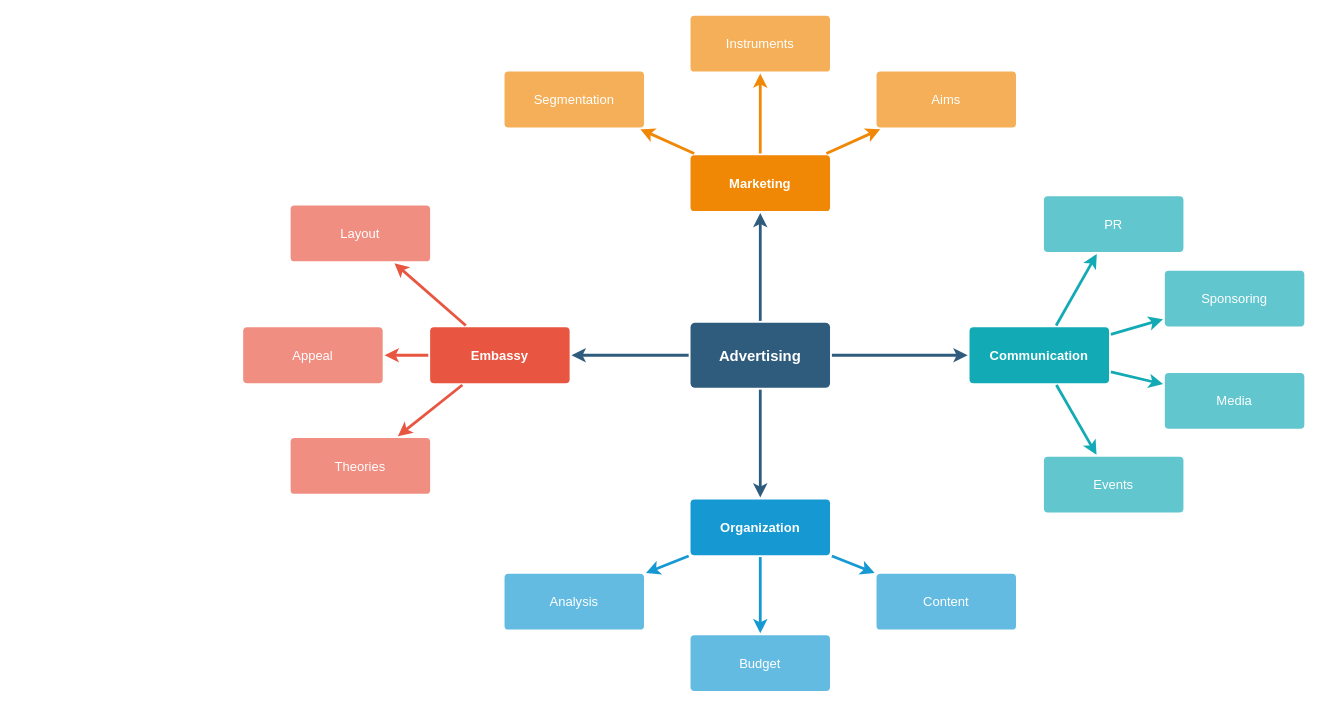
Above: Untitled Diagram.drawio in NaufalKusumo/Unreal-Engine (draw.io), before the change. Source tidied: cells renumbered, new cells numbered last; positions are measured from the earlier drawing's top-left corner, leaving out a move shared by most shapes. Both pictures are drawn from the tidied source at 93%, with x=0, y=0 at pixel (243, 15).
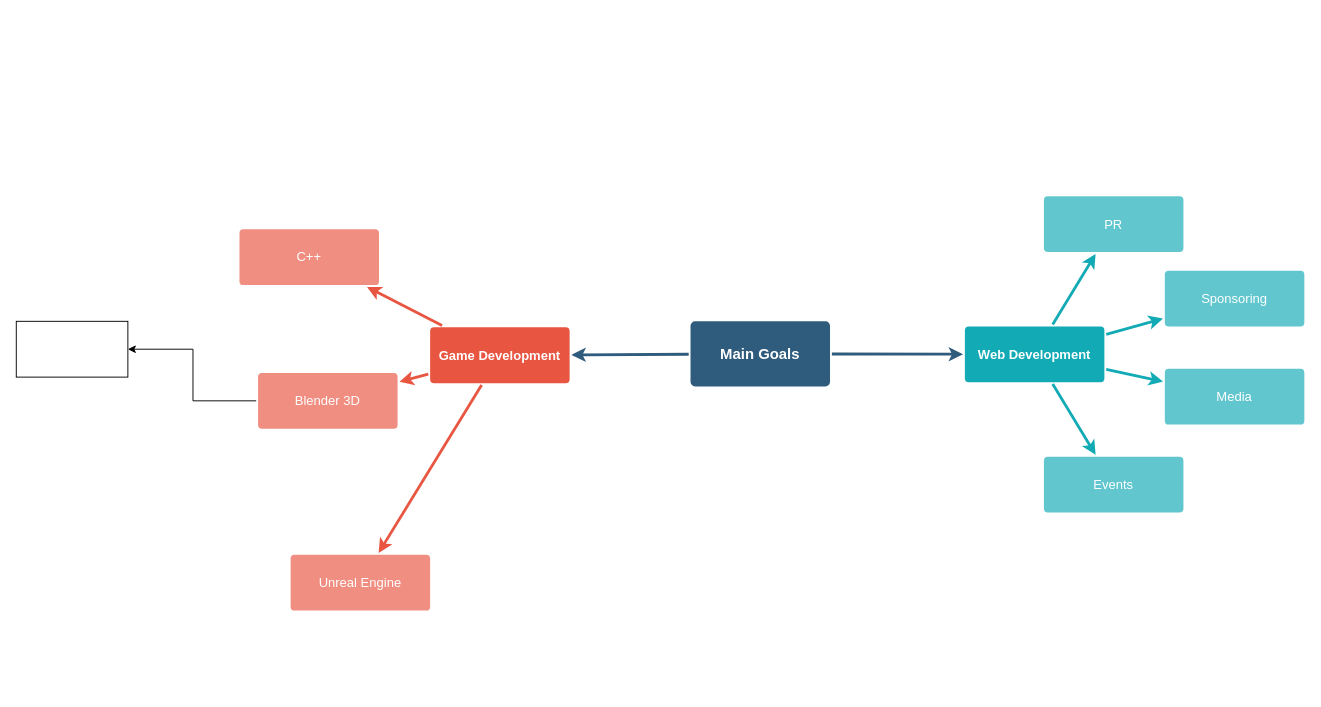
The same diagram, later.

Diff of the diagram source:
```diff
@@
-    <mxCell id="2" style="edgeStyle=none;rounded=0;jumpStyle=none;html=1;shadow=0;labelBackgroundColor=none;startArrow=none;startFill=0;endArrow=classic;endFill=1;jettySize=auto;strokeColor=#2F5B7C;strokeWidth=3;fontFamily=Helvetica;fontSize=16;fontColor=#23445D;spacing=5;" parent="1" edge="1" source="6" target="21">
-      <mxGeometry relative="1" as="geometry" />
-    </mxCell>
@@
-    <mxCell id="4" style="edgeStyle=none;rounded=0;jumpStyle=none;html=1;shadow=0;labelBackgroundColor=none;startArrow=none;startFill=0;endArrow=classic;endFill=1;jettySize=auto;strokeColor=#2F5B7C;strokeWidth=3;fontFamily=Helvetica;fontSize=16;fontColor=#23445D;spacing=5;" parent="1" edge="1" source="6" target="17">
-      <mxGeometry relative="1" as="geometry" />
-    </mxCell>
@@
-    <mxCell id="6" value="Advertising" style="rounded=1;whiteSpace=wrap;html=1;shadow=0;labelBackgroundColor=none;strokeColor=none;strokeWidth=3;fillColor=#2F5B7C;fontFamily=Helvetica;fontSize=16;fontColor=#FFFFFF;align=center;fontStyle=1;spacing=5;arcSize=7;perimeterSpacing=2;" parent="1" vertex="1">
-      <mxGeometry x="481" y="330.5" width="150" height="70" as="geometry" />
+    <mxCell id="6" value="Main Goals" style="rounded=1;whiteSpace=wrap;html=1;shadow=0;labelBackgroundColor=none;strokeColor=none;strokeWidth=3;fillColor=#2F5B7C;fontFamily=Helvetica;fontSize=16;fontColor=#FFFFFF;align=center;fontStyle=1;spacing=5;arcSize=7;perimeterSpacing=2;" parent="1" vertex="1">
+      <mxGeometry x="481" y="329" width="150" height="70" as="geometry" />
     </mxCell>
@@
-    <mxCell id="10" value="Embassy" style="rounded=1;whiteSpace=wrap;html=1;shadow=0;labelBackgroundColor=none;strokeColor=none;strokeWidth=3;fillColor=#e85642;fontFamily=Helvetica;fontSize=14;fontColor=#FFFFFF;align=center;spacing=5;fontStyle=1;arcSize=7;perimeterSpacing=2;" parent="1" vertex="1">
+    <mxCell id="10" value="Game Development" style="rounded=1;whiteSpace=wrap;html=1;shadow=0;labelBackgroundColor=none;strokeColor=none;strokeWidth=3;fillColor=#e85642;fontFamily=Helvetica;fontSize=14;fontColor=#FFFFFF;align=center;spacing=5;fontStyle=1;arcSize=7;perimeterSpacing=2;" parent="1" vertex="1">
       <mxGeometry x="201" y="335.5" width="150" height="60" as="geometry" />
     </mxCell>
-    <mxCell id="11" value="Theories" style="rounded=1;whiteSpace=wrap;html=1;shadow=0;labelBackgroundColor=none;strokeColor=none;strokeWidth=3;fillColor=#f08e81;fontFamily=Helvetica;fontSize=14;fontColor=#FFFFFF;align=center;spacing=5;fontStyle=0;arcSize=7;perimeterSpacing=2;" parent="1" vertex="1">
-      <mxGeometry x="51" y="454.5" width="150" height="60" as="geometry" />
+    <mxCell id="11" value="Unreal Engine" style="rounded=1;whiteSpace=wrap;html=1;shadow=0;labelBackgroundColor=none;strokeColor=none;strokeWidth=3;fillColor=#f08e81;fontFamily=Helvetica;fontSize=14;fontColor=#FFFFFF;align=center;spacing=5;fontStyle=0;arcSize=7;perimeterSpacing=2;" parent="1" vertex="1">
+      <mxGeometry x="51" y="580" width="150" height="60" as="geometry" />
     </mxCell>
+    <mxCell id="37" style="edgeStyle=orthogonalEdgeStyle;rounded=0;jettySize=auto;html=1;exitX=0;exitY=0.5;exitDx=0;exitDy=0;entryX=1;entryY=0.5;entryDx=0;entryDy=0;" parent="1" edge="1" source="12" target="38">
+      <mxGeometry relative="1" as="geometry" />
+    </mxCell>
-    <mxCell id="12" value="Appeal" style="rounded=1;whiteSpace=wrap;html=1;shadow=0;labelBackgroundColor=none;strokeColor=none;strokeWidth=3;fillColor=#f08e81;fontFamily=Helvetica;fontSize=14;fontColor=#FFFFFF;align=center;spacing=5;fontStyle=0;arcSize=7;perimeterSpacing=2;" parent="1" vertex="1">
-      <mxGeometry y="335.5" width="150" height="60" as="geometry" />
+    <mxCell id="12" value="Blender 3D" style="rounded=1;whiteSpace=wrap;html=1;shadow=0;labelBackgroundColor=none;strokeColor=none;strokeWidth=3;fillColor=#f08e81;fontFamily=Helvetica;fontSize=14;fontColor=#FFFFFF;align=center;spacing=5;fontStyle=0;arcSize=7;perimeterSpacing=2;" parent="1" vertex="1">
+      <mxGeometry x="16" y="384.5" width="150" height="60" as="geometry" />
     </mxCell>
-    <mxCell id="13" value="Layout" style="rounded=1;whiteSpace=wrap;html=1;shadow=0;labelBackgroundColor=none;strokeColor=none;strokeWidth=3;fillColor=#f08e81;fontFamily=Helvetica;fontSize=14;fontColor=#FFFFFF;align=center;spacing=5;fontStyle=0;arcSize=7;perimeterSpacing=2;" parent="1" vertex="1">
-      <mxGeometry x="51" y="204.5" width="150" height="60" as="geometry" />
+    <mxCell id="13" value="C++" style="rounded=1;whiteSpace=wrap;html=1;shadow=0;labelBackgroundColor=none;strokeColor=none;strokeWidth=3;fillColor=#f08e81;fontFamily=Helvetica;fontSize=14;fontColor=#FFFFFF;align=center;spacing=5;fontStyle=0;arcSize=7;perimeterSpacing=2;" parent="1" vertex="1">
+      <mxGeometry x="-4" y="230" width="150" height="60" as="geometry" />
     </mxCell>
-    <mxCell id="14" style="edgeStyle=none;rounded=0;jumpStyle=none;html=1;shadow=0;labelBackgroundColor=none;startArrow=none;startFill=0;endArrow=classic;endFill=1;jettySize=auto;strokeColor=#1699D3;strokeWidth=3;fontFamily=Helvetica;fontSize=14;fontColor=#FFFFFF;spacing=5;" parent="1" edge="1" source="17" target="20">
-      <mxGeometry relative="1" as="geometry" />
-    </mxCell>
-    <mxCell id="15" style="edgeStyle=none;rounded=0;jumpStyle=none;html=1;shadow=0;labelBackgroundColor=none;startArrow=none;startFill=0;endArrow=classic;endFill=1;jettySize=auto;strokeColor=#1699D3;strokeWidth=3;fontFamily=Helvetica;fontSize=14;fontColor=#FFFFFF;spacing=5;" parent="1" edge="1" source="17" target="19">
-      <mxGeometry relative="1" as="geometry" />
-    </mxCell>
-    <mxCell id="16" style="edgeStyle=none;rounded=0;jumpStyle=none;html=1;shadow=0;labelBackgroundColor=none;startArrow=none;startFill=0;endArrow=classic;endFill=1;jettySize=auto;strokeColor=#1699D3;strokeWidth=3;fontFamily=Helvetica;fontSize=14;fontColor=#FFFFFF;spacing=5;" parent="1" edge="1" source="17" target="18">
-      <mxGeometry relative="1" as="geometry" />
-    </mxCell>
-    <mxCell id="17" value="Organization" style="rounded=1;whiteSpace=wrap;html=1;shadow=0;labelBackgroundColor=none;strokeColor=none;strokeWidth=3;fillColor=#1699d3;fontFamily=Helvetica;fontSize=14;fontColor=#FFFFFF;align=center;spacing=5;fontStyle=1;arcSize=7;perimeterSpacing=2;" parent="1" vertex="1">
-      <mxGeometry x="481" y="520.5" width="150" height="60" as="geometry" />
-    </mxCell>
-    <mxCell id="18" value="Content" style="rounded=1;whiteSpace=wrap;html=1;shadow=0;labelBackgroundColor=none;strokeColor=none;strokeWidth=3;fillColor=#64bbe2;fontFamily=Helvetica;fontSize=14;fontColor=#FFFFFF;align=center;spacing=5;arcSize=7;perimeterSpacing=2;" parent="1" vertex="1">
-      <mxGeometry x="681" y="600.5" width="150" height="60" as="geometry" />
-    </mxCell>
-    <mxCell id="19" value="Budget" style="rounded=1;whiteSpace=wrap;html=1;shadow=0;labelBackgroundColor=none;strokeColor=none;strokeWidth=3;fillColor=#64bbe2;fontFamily=Helvetica;fontSize=14;fontColor=#FFFFFF;align=center;spacing=5;arcSize=7;perimeterSpacing=2;" parent="1" vertex="1">
-      <mxGeometry x="481" y="666.5" width="150" height="60" as="geometry" />
-    </mxCell>
-    <mxCell id="20" value="Analysis" style="rounded=1;whiteSpace=wrap;html=1;shadow=0;labelBackgroundColor=none;strokeColor=none;strokeWidth=3;fillColor=#64bbe2;fontFamily=Helvetica;fontSize=14;fontColor=#FFFFFF;align=center;spacing=5;arcSize=7;perimeterSpacing=2;" parent="1" vertex="1">
-      <mxGeometry x="281" y="600.5" width="150" height="60" as="geometry" />
-    </mxCell>
-    <mxCell id="21" value="Marketing" style="rounded=1;whiteSpace=wrap;html=1;shadow=0;labelBackgroundColor=none;strokeColor=none;strokeWidth=3;fillColor=#F08705;fontFamily=Helvetica;fontSize=14;fontColor=#FFFFFF;align=center;spacing=5;fontStyle=1;arcSize=7;perimeterSpacing=2;" parent="1" vertex="1">
-      <mxGeometry x="481" y="150.5" width="150" height="60" as="geometry" />
-    </mxCell>
-    <mxCell id="22" value="Aims&lt;br&gt;" style="rounded=1;whiteSpace=wrap;html=1;shadow=0;labelBackgroundColor=none;strokeColor=none;strokeWidth=3;fillColor=#f5af58;fontFamily=Helvetica;fontSize=14;fontColor=#FFFFFF;align=center;spacing=5;arcSize=7;perimeterSpacing=2;" parent="1" vertex="1">
-      <mxGeometry x="681" y="60.5" width="150" height="60" as="geometry" />
-    </mxCell>
-    <mxCell id="23" style="edgeStyle=none;rounded=0;jumpStyle=none;html=1;shadow=0;labelBackgroundColor=none;startArrow=none;startFill=0;endArrow=classic;endFill=1;jettySize=auto;strokeColor=#F08705;strokeWidth=3;fontFamily=Helvetica;fontSize=14;fontColor=#FFFFFF;spacing=5;" parent="1" edge="1" source="21" target="22">
-      <mxGeometry relative="1" as="geometry" />
-    </mxCell>
-    <mxCell id="24" value="Instruments" style="rounded=1;whiteSpace=wrap;html=1;shadow=0;labelBackgroundColor=none;strokeColor=none;strokeWidth=3;fillColor=#f5af58;fontFamily=Helvetica;fontSize=14;fontColor=#FFFFFF;align=center;spacing=5;arcSize=7;perimeterSpacing=2;" parent="1" vertex="1">
-      <mxGeometry x="481" y="0.5" width="150" height="60" as="geometry" />
-    </mxCell>
-    <mxCell id="25" style="edgeStyle=none;rounded=0;jumpStyle=none;html=1;shadow=0;labelBackgroundColor=none;startArrow=none;startFill=0;endArrow=classic;endFill=1;jettySize=auto;strokeColor=#F08705;strokeWidth=3;fontFamily=Helvetica;fontSize=14;fontColor=#FFFFFF;spacing=5;" parent="1" edge="1" source="21" target="24">
-      <mxGeometry relative="1" as="geometry" />
-    </mxCell>
-    <mxCell id="26" value="Segmentation" style="rounded=1;whiteSpace=wrap;html=1;shadow=0;labelBackgroundColor=none;strokeColor=none;strokeWidth=3;fillColor=#f5af58;fontFamily=Helvetica;fontSize=14;fontColor=#FFFFFF;align=center;spacing=5;arcSize=7;perimeterSpacing=2;" parent="1" vertex="1">
-      <mxGeometry x="281" y="60.5" width="150" height="60" as="geometry" />
-    </mxCell>
-    <mxCell id="27" style="edgeStyle=none;rounded=0;jumpStyle=none;html=1;shadow=0;labelBackgroundColor=none;startArrow=none;startFill=0;endArrow=classic;endFill=1;jettySize=auto;strokeColor=#F08705;strokeWidth=3;fontFamily=Helvetica;fontSize=14;fontColor=#FFFFFF;spacing=5;" parent="1" edge="1" source="21" target="26">
-      <mxGeometry relative="1" as="geometry" />
-    </mxCell>
-    <mxCell id="28" value="Communication" style="rounded=1;whiteSpace=wrap;html=1;shadow=0;labelBackgroundColor=none;strokeColor=none;strokeWidth=3;fillColor=#12aab5;fontFamily=Helvetica;fontSize=14;fontColor=#FFFFFF;align=center;spacing=5;fontStyle=1;arcSize=7;perimeterSpacing=2;" parent="1" vertex="1">
-      <mxGeometry x="781" y="335.5" width="150" height="60" as="geometry" />
+    <mxCell id="28" value="Web Development" style="rounded=1;whiteSpace=wrap;html=1;shadow=0;labelBackgroundColor=none;strokeColor=none;strokeWidth=3;fillColor=#12aab5;fontFamily=Helvetica;fontSize=14;fontColor=#FFFFFF;align=center;spacing=5;fontStyle=1;arcSize=7;perimeterSpacing=2;" parent="1" vertex="1">
+      <mxGeometry x="776" y="334.5" width="150" height="60" as="geometry" />
     </mxCell>
@@
     <mxCell id="31" value="Media" style="rounded=1;whiteSpace=wrap;html=1;shadow=0;labelBackgroundColor=none;strokeColor=none;strokeWidth=3;fillColor=#61c6ce;fontFamily=Helvetica;fontSize=14;fontColor=#FFFFFF;align=center;spacing=5;fontStyle=0;arcSize=7;perimeterSpacing=2;" parent="1" vertex="1">
-      <mxGeometry x="991" y="384.5" width="150" height="60" as="geometry" />
+      <mxGeometry x="991" y="380" width="150" height="60" as="geometry" />
     </mxCell>
@@
+    <mxCell id="38" style="rounded=0;whiteSpace=wrap;html=1;" parent="1" vertex="1">
+      <mxGeometry x="-244" y="329" width="120" height="60" as="geometry" />
+    </mxCell>
```
